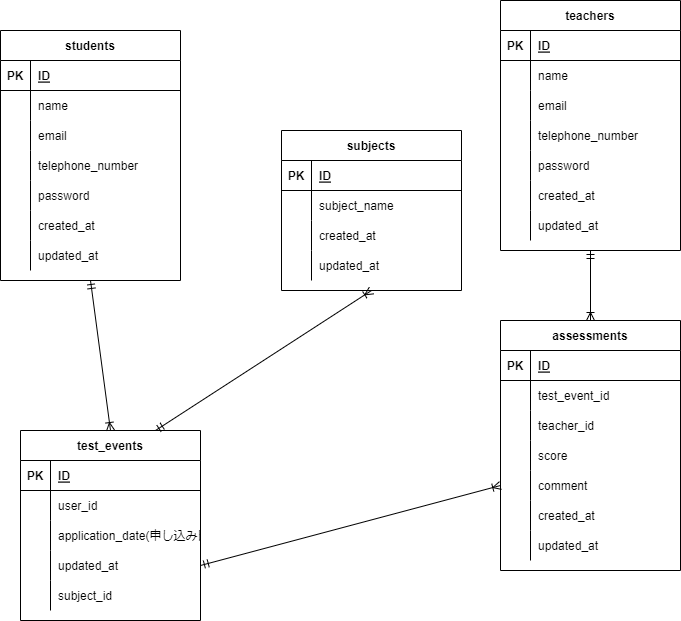
reth4e/database_practice keeps this draw.io diagram as 20220710mashita/er3.drawio.png. Above is the earlier version. Source tidied: cells renumbered, new cells last; positions are measured from the earlier drawing's top-left corner, leaving out a move shared by most shapes.
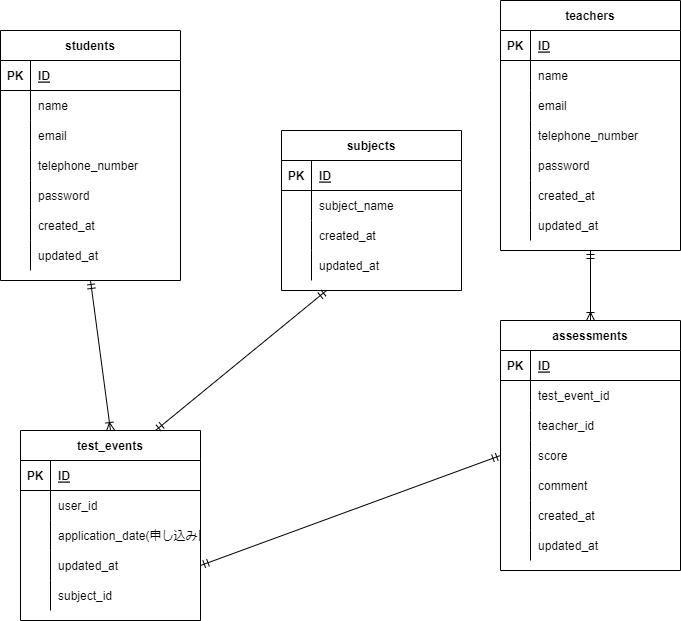
After the change.

The edit, as a diff of the source:
```diff
@@ -254,9 +254,6 @@
     <mxCell id="85" style="fontSize=12;html=1;endArrow=ERoneToMany;startArrow=ERmandOne;exitX=0.5;exitY=1;exitDx=0;exitDy=0;entryX=0.5;entryY=0;entryDx=0;entryDy=0;" parent="1" edge="1" source="24" target="63">
       <mxGeometry relative="1" as="geometry" />
     </mxCell>
-    <mxCell id="86" style="fontSize=12;html=1;endArrow=ERoneToMany;startArrow=ERmandOne;exitX=1;exitY=0.5;exitDx=0;exitDy=0;entryX=0;entryY=0.5;entryDx=0;entryDy=0;" parent="1" edge="1" source="56" target="76">
-      <mxGeometry relative="1" as="geometry" />
-    </mxCell>
     <mxCell id="87" value="subjects" style="shape=table;startSize=30;rowLines=0;fontStyle=1;align=center;" parent="1" vertex="1">
       <mxGeometry x="281" y="130" width="180" height="160" as="geometry" />
     </mxCell>
@@ -296,8 +293,11 @@
     <mxCell id="99" value="updated_at" style="shape=partialRectangle;fillColor=none;top=0;left=0;bottom=0;right=0;align=left;spacingLeft=6;overflow=hidden;" parent="97" vertex="1">
       <mxGeometry x="30" width="150" height="30" as="geometry" />
     </mxCell>
-    <mxCell id="100" style="fontSize=12;html=1;endArrow=ERoneToMany;startArrow=ERmandOne;exitX=0.75;exitY=0;exitDx=0;exitDy=0;entryX=0.5;entryY=1;entryDx=0;entryDy=0;" parent="1" edge="1" source="46" target="87">
+    <mxCell id="100" style="fontSize=12;html=1;endArrow=ERmandOne;startArrow=ERmandOne;exitX=0.75;exitY=0;exitDx=0;exitDy=0;entryX=0.25;entryY=1;entryDx=0;entryDy=0;" parent="1" edge="1" source="46" target="87">
       <mxGeometry relative="1" as="geometry" />
     </mxCell>
+    <mxCell id="101" style="fontSize=12;html=1;endArrow=ERmandOne;startArrow=ERmandOne;exitX=1;exitY=0.5;exitDx=0;exitDy=0;entryX=0;entryY=0.5;entryDx=0;entryDy=0;" parent="1" edge="1" source="56" target="73">
+      <mxGeometry relative="1" as="geometry" />
+    </mxCell>
   </root>
 </mxGraphModel>
```
